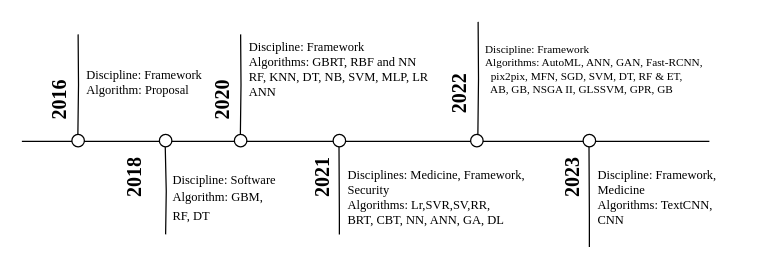
Before: timeLine.drawio in harlock/Diagramas, a draw.io diagram. Source tidied: cells renumbered, new cells numbered last; positions are measured from the earlier drawing's top-left corner, leaving out a move shared by most shapes. Both pictures are drawn from the tidied source at 125%, with x=0, y=0 at pixel (21, 21).
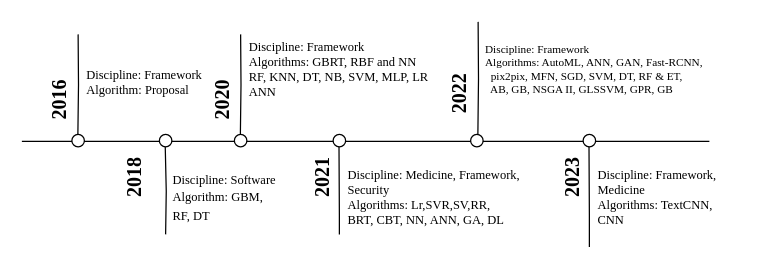
Above is the later version.

What changed in the source:
```diff
@@
-    <mxCell id="18" value="&lt;font style=&quot;font-size: 10px;&quot;&gt;Disciplines: Medicine, Framework,&lt;br&gt;Security&lt;br&gt;Algorithms: Lr,SVR,SV,RR,&lt;br&gt;BRT, CBT, NN, ANN, GA, DL&lt;/font&gt;" style="text;html=1;align=left;verticalAlign=middle;strokeColor=none;fillColor=none;fontSize=9;fontFamily=Times New Roman;" parent="1" vertex="1">
-      <mxGeometry x="259" y="110" width="170" height="60" as="geometry" />
+    <mxCell id="18" value="&lt;font style=&quot;font-size: 10px;&quot;&gt;Discipline: Medicine, Framework,&lt;br&gt;Security&lt;br&gt;Algorithms: Lr,SVR,SV,RR,&lt;br&gt;BRT, CBT, NN, ANN, GA, DL&lt;/font&gt;" style="text;html=1;align=left;verticalAlign=middle;strokeColor=none;fillColor=none;fontSize=9;fontFamily=Times New Roman;" parent="1" vertex="1">
+      <mxGeometry x="259" y="110" width="160" height="60" as="geometry" />
     </mxCell>
```
